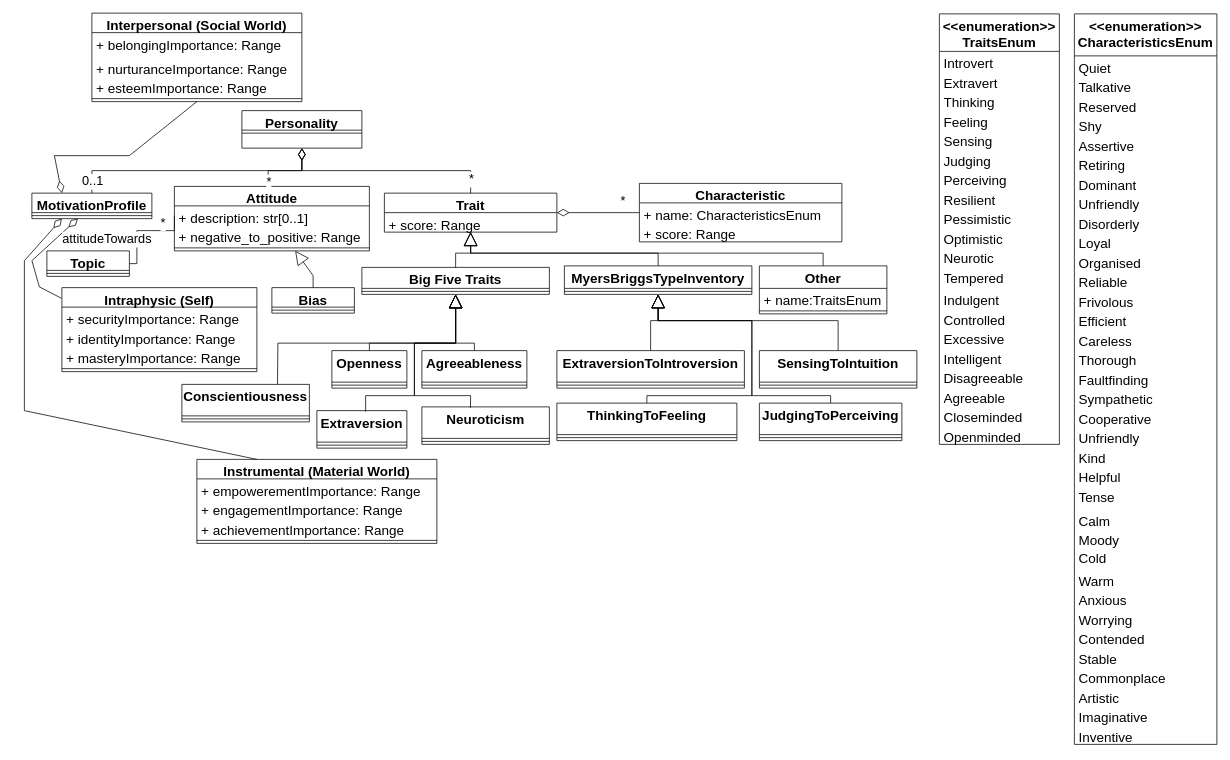
This is metamodel/Personality/personality.drawio.xml from BESSER-PEARL/User-Modeling-Language, a draw.io file, before an edit. Source tidied: cells renumbered, new cells numbered last; positions are measured from the earlier drawing's top-left corner, leaving out a move shared by most shapes. Both pictures are drawn from the tidied source at 75%, with x=0, y=0 at pixel (24, 13).
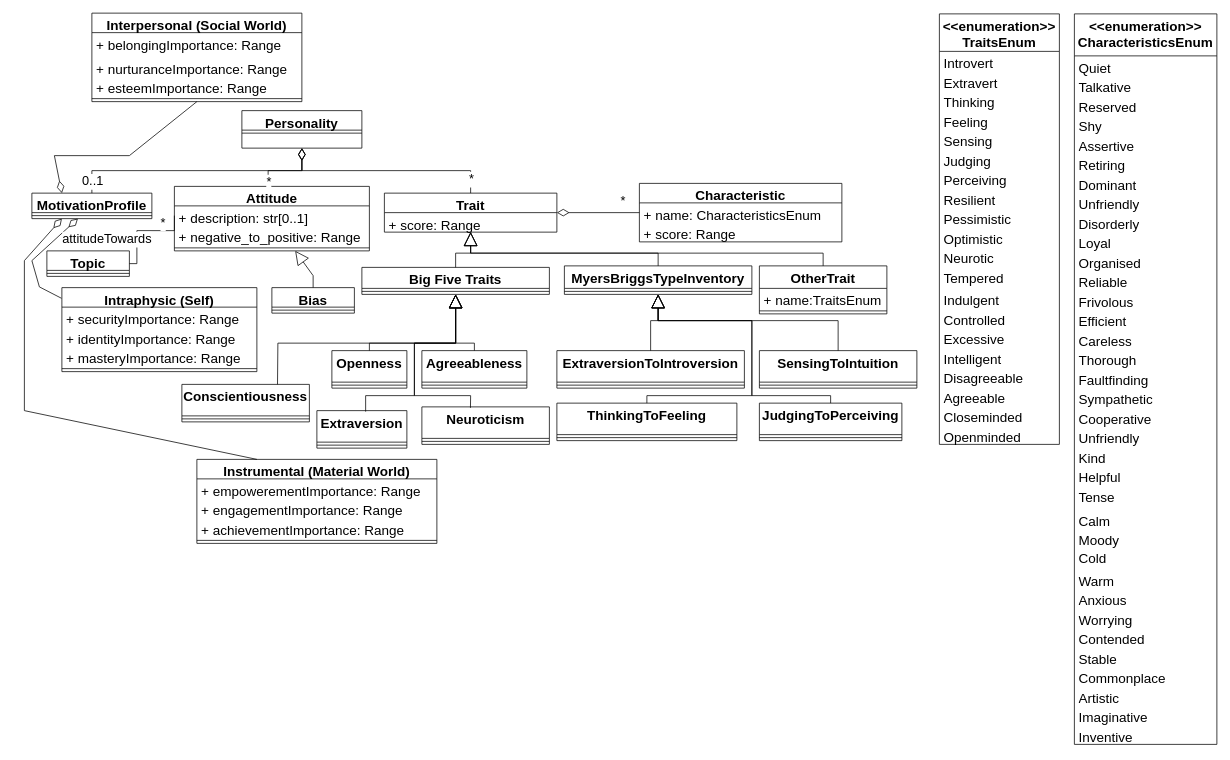
Above is the later version.

Commit message (it also covers changes not shown here):
fixed json schema

The edit, as a diff of the source:
```diff
@@
-    <mxCell id="110" value="Other" style="swimlane;fontStyle=1;align=center;verticalAlign=top;horizontal=1;startSize=30;whiteSpace=wrap;html=1;fontSize=18;" parent="1" vertex="1">
+    <mxCell id="110" value="OtherTrait" style="swimlane;fontStyle=1;align=center;verticalAlign=top;horizontal=1;startSize=30;whiteSpace=wrap;html=1;fontSize=18;" parent="1" vertex="1">
       <mxGeometry x="980" y="337" width="170" height="64" as="geometry" />
     </mxCell>
```
